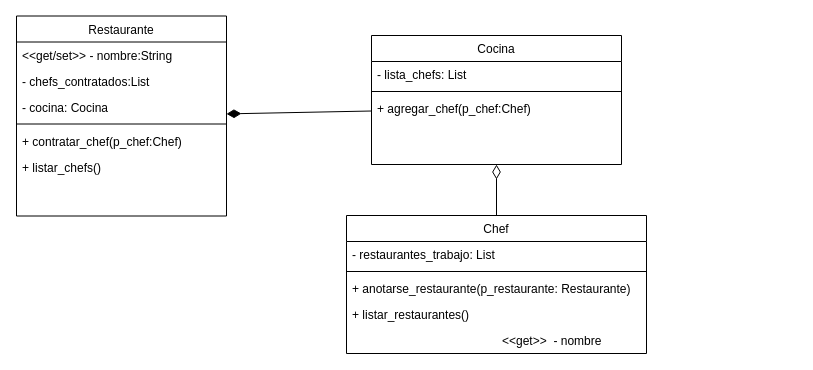
The draw.io diagram Restaurante/docs/diagrama_de_clases.drawio in FIUNER-LICA/pa-codigos-trabajos-practicos, before the edit. Source tidied: cells renumbered, new cells numbered last; positions are measured from the earlier drawing's top-left corner, leaving out a move shared by most shapes. Both pictures are drawn from the tidied source at 100%, with x=0, y=0 at pixel (16, 15).
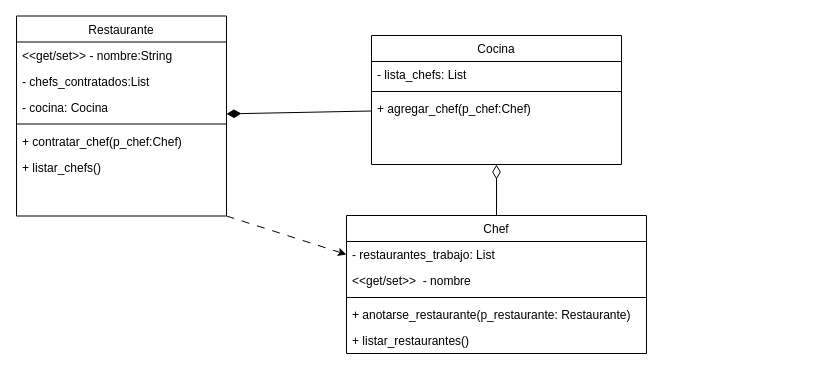
Above is the later version.

Commit message:
Se añade dependencia discutida en clase práctica.

Unchanged cells that the change refers to:
```xml
<mxCell id="2" value="Restaurante" style="swimlane;fontStyle=0;align=center;verticalAlign=top;horizontal=1;startSize=26;rounded=0;shadow=0;strokeWidth=1;" parent="1" vertex="1">
  <mxGeometry y="0.5" width="210" height="200" as="geometry" />
</mxCell>
<mxCell id="10" value="Chef" style="swimlane;fontStyle=0;align=center;verticalAlign=top;horizontal=1;startSize=26;rounded=0;shadow=0;strokeWidth=1;" parent="1" vertex="1">
  <mxGeometry x="330" y="200" width="300" height="138" as="geometry" />
</mxCell>
<mxCell id="11" value="- restaurantes_trabajo: List" style="text;align=left;verticalAlign=top;spacingLeft=4;spacingRight=4;overflow=hidden;points=[[0,0.5],[1,0.5]];portConstraint=eastwest;rounded=0;shadow=0;html=0;" parent="10" vertex="1">
  <mxGeometry y="26" width="300" height="26" as="geometry" />
</mxCell>
```

What changed in the source:
```diff
@@
+    <mxCell id="21" style="edgeStyle=none;html=1;exitX=1;exitY=1;exitDx=0;exitDy=0;entryX=0;entryY=0.5;entryDx=0;entryDy=0;dashed=1;dashPattern=8 8;" parent="1" edge="1" source="2" target="11">
+      <mxGeometry relative="1" as="geometry" />
+    </mxCell>
@@
+    <mxCell id="19" value="&lt;&lt;get/set&gt;&gt;  - nombre" style="text;align=left;verticalAlign=top;spacingLeft=4;spacingRight=4;overflow=hidden;" parent="10" vertex="1">
+      <mxGeometry y="52" width="300" height="26" as="geometry" />
+    </mxCell>
     <mxCell id="12" style="line;html=1;strokeWidth=1;align=left;verticalAlign=middle;spacingTop=-1;spacingLeft=3;spacingRight=3;labelPosition=right;" parent="10" vertex="1">
-      <mxGeometry y="52" width="300" height="8" as="geometry" />
+      <mxGeometry y="78" width="300" height="8" as="geometry" />
     </mxCell>
     <mxCell id="13" value="+ anotarse_restaurante(p_restaurante: Restaurante)" style="text;align=left;verticalAlign=top;spacingLeft=4;spacingRight=4;overflow=hidden;" parent="10" vertex="1">
-      <mxGeometry y="60" width="300" height="26" as="geometry" />
+      <mxGeometry y="86" width="300" height="26" as="geometry" />
     </mxCell>
     <mxCell id="14" value="+ listar_restaurantes()" style="text;align=left;verticalAlign=top;spacingLeft=4;spacingRight=4;overflow=hidden;" parent="10" vertex="1">
-      <mxGeometry y="86" width="300" height="26" as="geometry" />
+      <mxGeometry y="112" width="300" height="26" as="geometry" />
     </mxCell>
@@
-    <mxCell id="19" value="&lt;&lt;get&gt;&gt;  - nombre" style="text;align=left;verticalAlign=top;spacingLeft=4;spacingRight=4;overflow=hidden;" parent="1" vertex="1">
-      <mxGeometry x="480" y="312" width="300" height="26" as="geometry" />
-    </mxCell>
```
